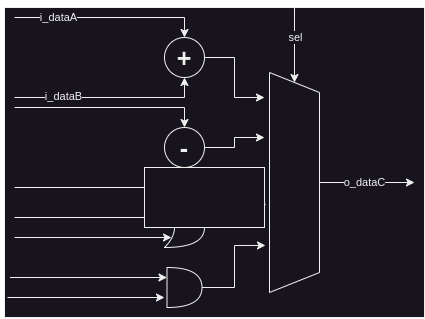
Before: Verilog/TP1/operation_selector/doc/rtl.png, a diagram exported from draw.io (kevingiribuela/portfolio). Source tidied: cells renumbered, new cells last; positions are measured from the earlier drawing's top-left corner, leaving out a move shared by most shapes.
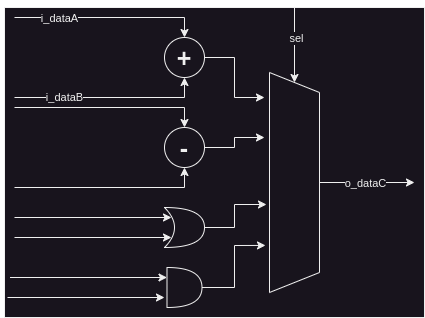
The same file after the commit.

Commit message:
Correccion de imagen de documentacion

Change to the diagram source:
```diff
@@ -134,8 +134,5 @@
     <mxCell id="25" value="sel" style="edgeLabel;html=1;align=center;verticalAlign=middle;" parent="24" vertex="1">
       <mxGeometry x="-0.21" y="1" relative="1" as="geometry" />
     </mxCell>
-    <mxCell id="26" style="rounded=0;whiteSpace=wrap;html=1;" parent="1" vertex="1">
-      <mxGeometry x="140" y="160" width="120" height="60" as="geometry" />
-    </mxCell>
   </root>
 </mxGraphModel>
```
